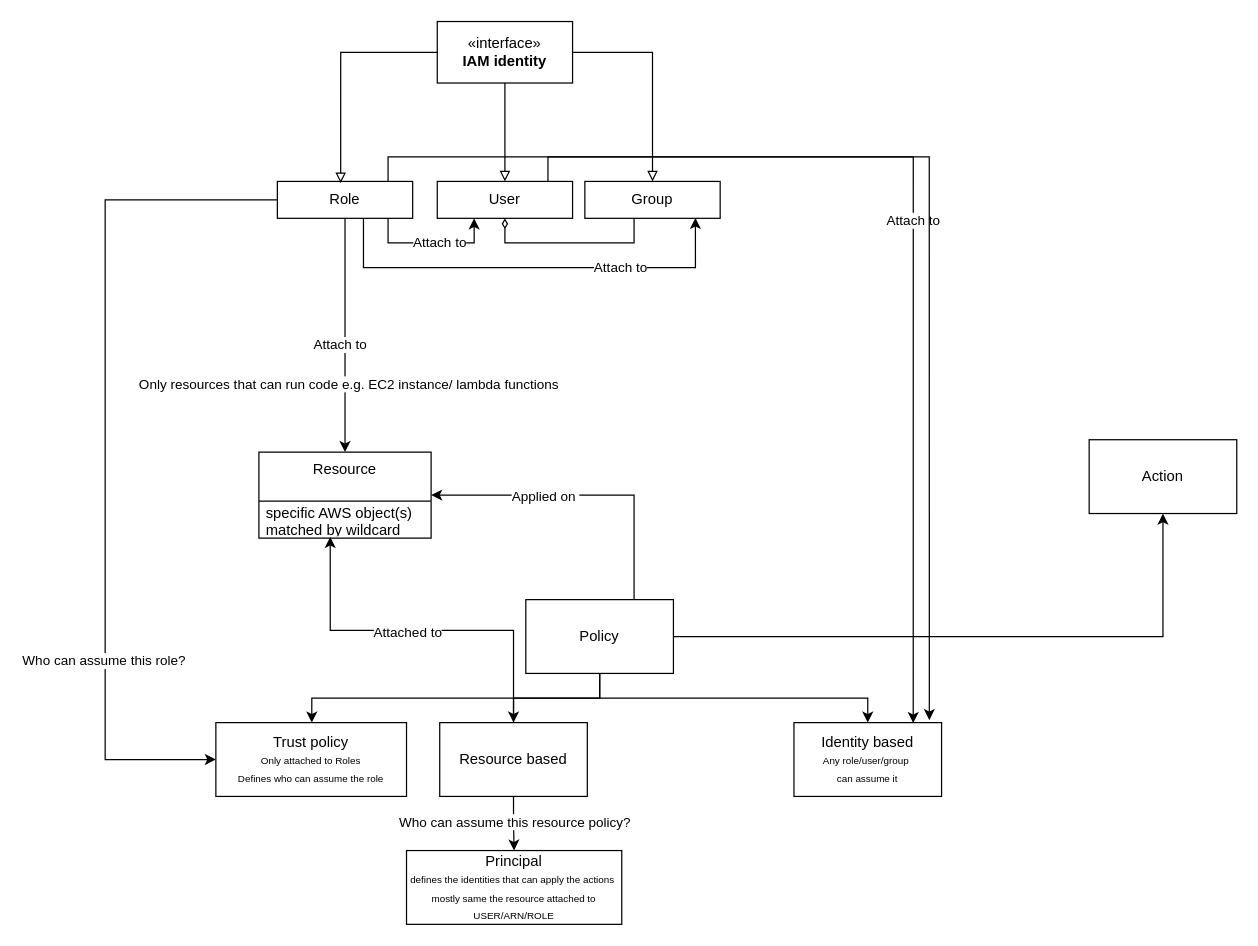
Before: AWS-IAM.drawio in mohamedelkony/Docs, a draw.io diagram. Source tidied: cells renumbered, new cells numbered last; positions are measured from the earlier drawing's top-left corner, leaving out a move shared by most shapes. Both pictures are drawn from the tidied source at 123%, with x=0, y=0 at pixel (105, 21).
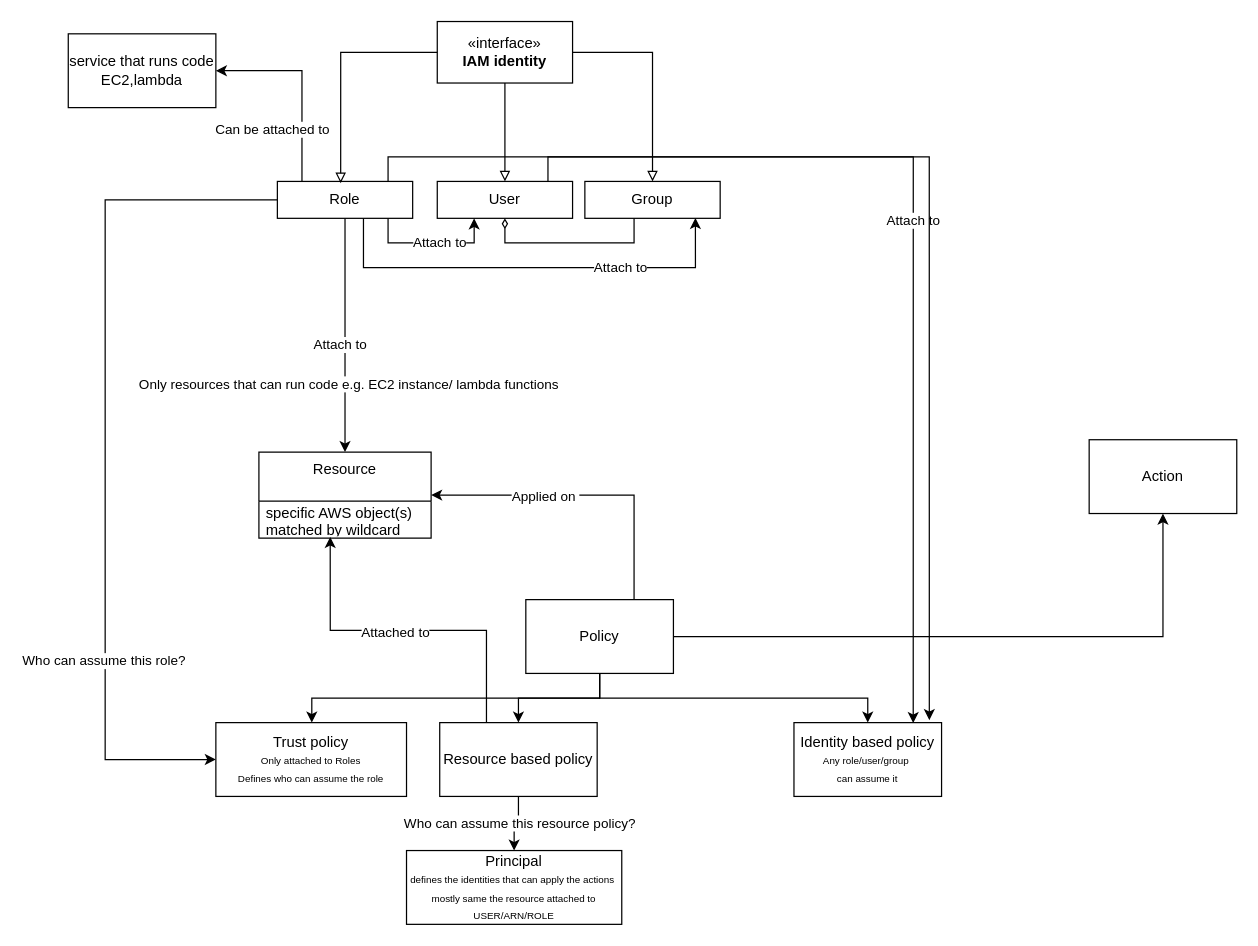
The same page after the edit.

Unchanged cells that the change refers to:
```xml
<mxCell id="15" value="Role" style="html=1;whiteSpace=wrap;" parent="1" vertex="1">
  <mxGeometry x="140" y="130" width="110" height="30" as="geometry" />
</mxCell>
<mxCell id="20" value="specific AWS object(s)&amp;nbsp;&lt;div&gt;matched by wildcard&lt;/div&gt;" style="text;html=1;strokeColor=none;fillColor=none;align=left;verticalAlign=middle;spacingLeft=4;spacingRight=4;overflow=hidden;points=[[0,0.5],[1,0.5]];portConstraint=eastwest;whiteSpace=wrap;" parent="19" vertex="1">
  <mxGeometry y="40" width="140" height="30" as="geometry" />
</mxCell>
```

Change to the diagram source:
```diff
@@
+    <mxCell id="40" style="edgeStyle=orthogonalEdgeStyle;rounded=0;jettySize=auto;html=1;entryX=1;entryY=0.5;entryDx=0;entryDy=0;" parent="1" edge="1" source="15" target="42">
+      <mxGeometry relative="1" as="geometry">
+        <Array as="points">
+          <mxPoint x="160" y="40" />
+        </Array>
+      </mxGeometry>
+    </mxCell>
+    <mxCell id="41" value="Can be attached to" style="edgeLabel;html=1;align=center;verticalAlign=middle;" parent="40" vertex="1">
+      <mxGeometry x="-0.39" y="-1" relative="1" as="geometry">
+        <mxPoint x="-26" y="6" as="offset" />
+      </mxGeometry>
+    </mxCell>
@@
-    <mxCell id="28" value="Identity based&lt;br&gt;&lt;font style=&quot;font-size: 8px;&quot;&gt;Any role/user/group&amp;nbsp;&lt;br&gt;can assume it&lt;/font&gt;" style="whiteSpace=wrap;html=1;" parent="1" vertex="1">
+    <mxCell id="28" value="Identity based policy&lt;br&gt;&lt;font style=&quot;font-size: 8px;&quot;&gt;Any role/user/group&amp;nbsp;&lt;br&gt;can assume it&lt;/font&gt;" style="whiteSpace=wrap;html=1;" parent="1" vertex="1">
       <mxGeometry x="560" y="570" width="120" height="60" as="geometry" />
     </mxCell>
@@
-    <mxCell id="31" value="Resource based" style="whiteSpace=wrap;html=1;" parent="1" vertex="1">
-      <mxGeometry x="272" y="570" width="120" height="60" as="geometry" />
+    <mxCell id="31" value="Resource based policy" style="whiteSpace=wrap;html=1;" parent="1" vertex="1">
+      <mxGeometry x="272" y="570" width="128" height="60" as="geometry" />
     </mxCell>
@@
     <mxCell id="38" style="edgeStyle=orthogonalEdgeStyle;rounded=0;jettySize=auto;html=1;entryX=0.414;entryY=0.967;entryDx=0;entryDy=0;entryPerimeter=0;" parent="1" edge="1" source="31" target="20">
-      <mxGeometry relative="1" as="geometry" />
+      <mxGeometry relative="1" as="geometry">
+        <Array as="points">
+          <mxPoint x="310" y="495" />
+          <mxPoint x="183" y="495" />
+        </Array>
+      </mxGeometry>
     </mxCell>
@@
+    <mxCell id="42" value="service that runs code&lt;br&gt;EC2,lambda" style="whiteSpace=wrap;html=1;" parent="1" vertex="1">
+      <mxGeometry x="-30" y="10" width="120" height="60" as="geometry" />
+    </mxCell>
```
